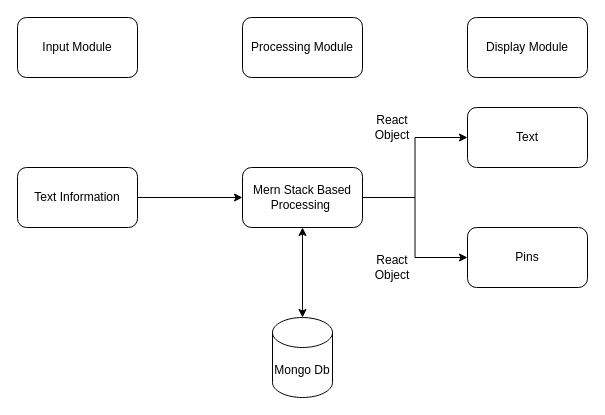
Before: Untitled Diagram.drawio in damcrazy/travell-app, a draw.io diagram. Source tidied: cells renumbered, new cells numbered last; positions are measured from the earlier drawing's top-left corner, leaving out a move shared by most shapes. Both pictures are drawn from the tidied source at 100%, with x=0, y=0 at pixel (17, 17).
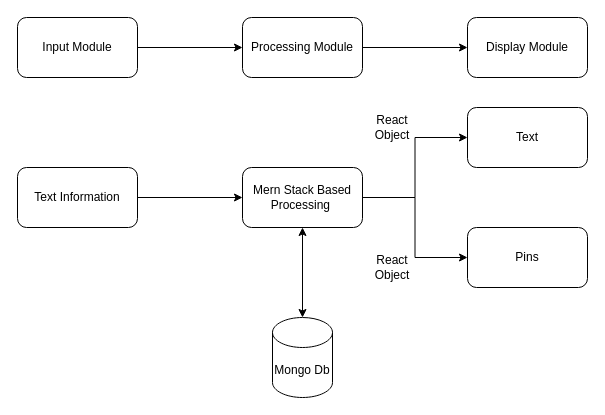
After the change.

Change to the diagram source:
```diff
@@
 <mxGraphModel>
   <root>
     <mxCell id="0" />
     <mxCell id="1" parent="0" />
+    <mxCell id="17" style="edgeStyle=orthogonalEdgeStyle;rounded=0;jettySize=auto;html=1;entryX=0;entryY=0.5;entryDx=0;entryDy=0;startArrow=none;startFill=0;" parent="1" edge="1" source="2" target="3">
+      <mxGeometry relative="1" as="geometry" />
+    </mxCell>
     <mxCell id="2" value="Input Module" style="rounded=1;whiteSpace=wrap;html=1;" parent="1" vertex="1">
       <mxGeometry width="120" height="60" as="geometry" />
     </mxCell>
+    <mxCell id="18" style="edgeStyle=orthogonalEdgeStyle;rounded=0;jettySize=auto;html=1;startArrow=none;startFill=0;" parent="1" edge="1" source="3" target="4">
+      <mxGeometry relative="1" as="geometry" />
+    </mxCell>
     <mxCell id="3" value="Processing Module" style="rounded=1;whiteSpace=wrap;html=1;" parent="1" vertex="1">
       <mxGeometry x="225" width="120" height="60" as="geometry" />
     </mxCell>
     <mxCell id="4" value="Display Module" style="rounded=1;whiteSpace=wrap;html=1;" parent="1" vertex="1">
       <mxGeometry x="450" width="120" height="60" as="geometry" />
     </mxCell>
     <mxCell id="5" style="group;" parent="1" vertex="1">
       <mxGeometry y="90" width="570" height="290" as="geometry" />
     </mxCell>
     <mxCell id="6" value="Text Information" style="rounded=1;whiteSpace=wrap;html=1;" parent="5" vertex="1">
       <mxGeometry y="60" width="120" height="60" as="geometry" />
     </mxCell>
     <mxCell id="7" value="Mern Stack Based Processing&amp;nbsp;" style="rounded=1;whiteSpace=wrap;html=1;" parent="5" vertex="1">
       <mxGeometry x="225" y="60" width="120" height="60" as="geometry" />
     </mxCell>
     <mxCell id="8" style="edgeStyle=orthogonalEdgeStyle;rounded=0;jettySize=auto;html=1;" parent="5" edge="1" source="6" target="7">
       <mxGeometry relative="1" as="geometry" />
     </mxCell>
     <mxCell id="9" value="Text" style="whiteSpace=wrap;html=1;rounded=1;" parent="5" vertex="1">
       <mxGeometry x="450" width="120" height="60" as="geometry" />
     </mxCell>
     <mxCell id="10" style="edgeStyle=orthogonalEdgeStyle;rounded=0;jettySize=auto;html=1;" parent="5" edge="1" source="7" target="9">
       <mxGeometry relative="1" as="geometry" />
     </mxCell>
     <mxCell id="11" value="Pins" style="whiteSpace=wrap;html=1;rounded=1;" parent="5" vertex="1">
       <mxGeometry x="450" y="120" width="120" height="60" as="geometry" />
     </mxCell>
     <mxCell id="12" value="React Object" style="text;html=1;strokeColor=none;fillColor=none;align=center;verticalAlign=middle;whiteSpace=wrap;rounded=0;" parent="5" vertex="1">
       <mxGeometry x="360" y="10" width="30" height="20" as="geometry" />
     </mxCell>
     <mxCell id="13" value="Mongo Db" style="shape=cylinder3;whiteSpace=wrap;html=1;boundedLbl=1;backgroundOutline=1;size=15;" parent="5" vertex="1">
       <mxGeometry x="255" y="210" width="60" height="80" as="geometry" />
     </mxCell>
     <mxCell id="14" value="React Object" style="text;html=1;strokeColor=none;fillColor=none;align=center;verticalAlign=middle;whiteSpace=wrap;rounded=0;" parent="5" vertex="1">
       <mxGeometry x="360" y="150" width="30" height="20" as="geometry" />
     </mxCell>
     <mxCell id="15" style="edgeStyle=orthogonalEdgeStyle;rounded=0;jettySize=auto;html=1;" parent="5" edge="1" source="7" target="11">
       <mxGeometry relative="1" as="geometry" />
     </mxCell>
     <mxCell id="16" style="edgeStyle=orthogonalEdgeStyle;rounded=0;jettySize=auto;html=1;startArrow=classic;startFill=1;" parent="5" edge="1" source="7" target="13">
       <mxGeometry relative="1" as="geometry" />
     </mxCell>
   </root>
 </mxGraphModel>
```
